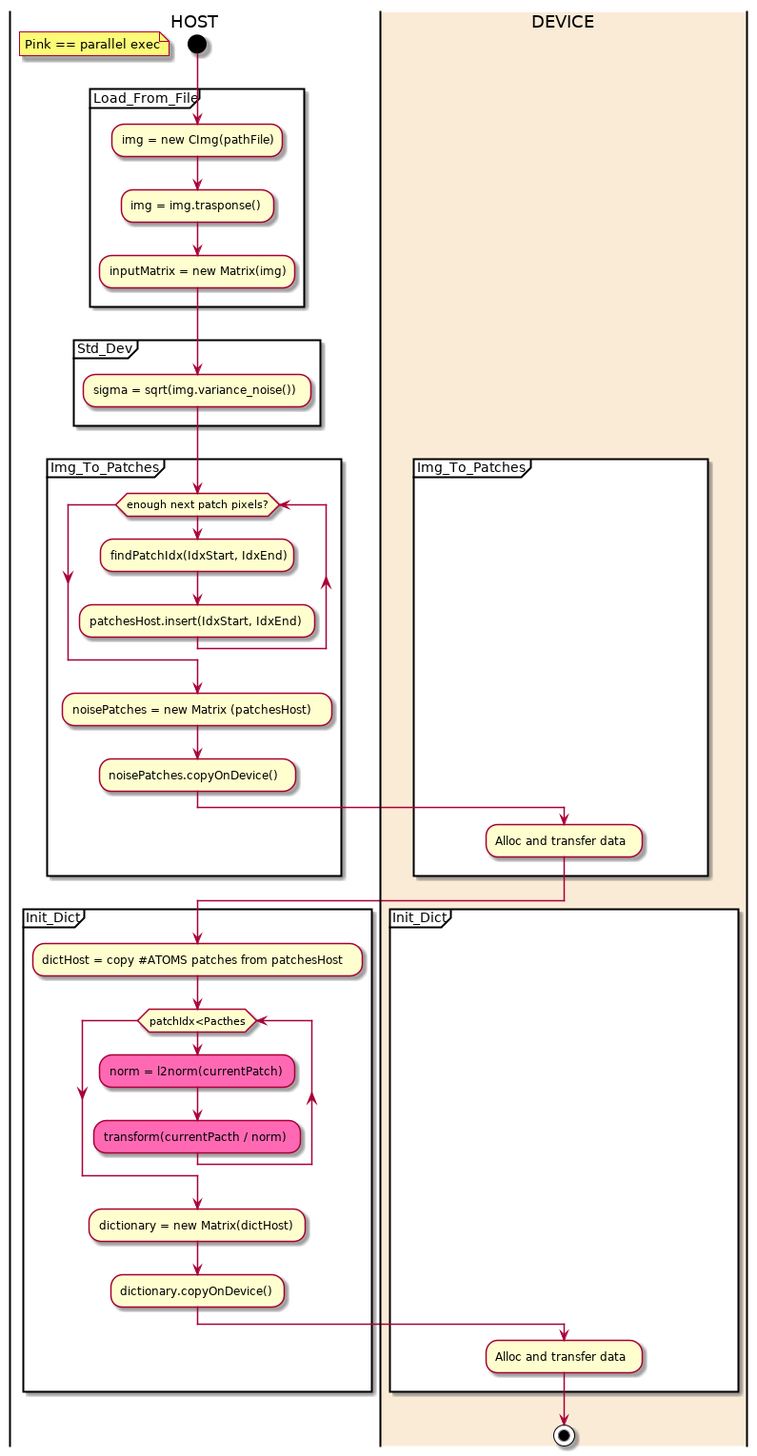
The PlantUML diagram uml/out/uml/src/InitializationDiagram.png in newfla/CUDA-K-SVD-Denoising, before a commit.
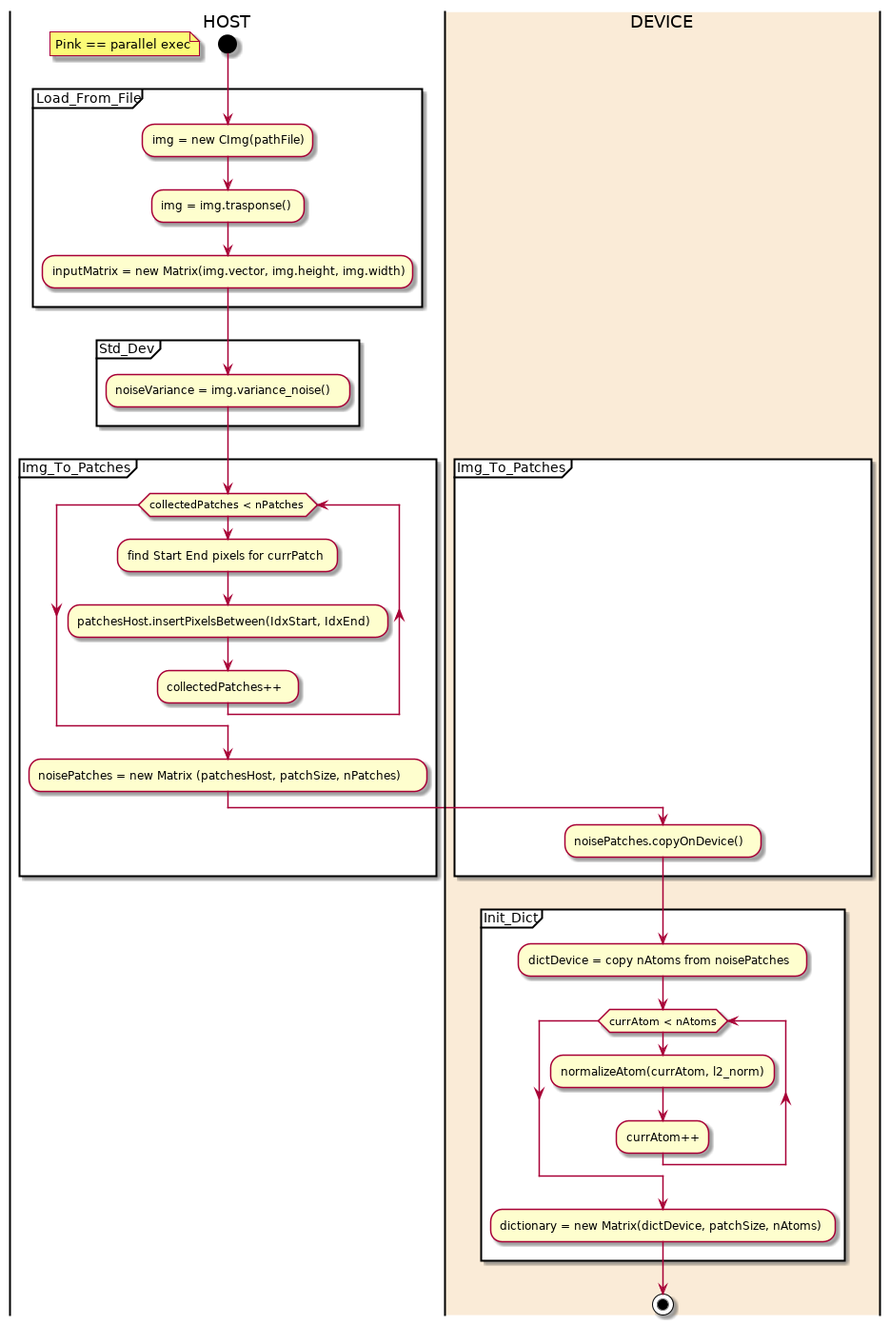
After the change.

Change to the diagram source:
```diff
@@ -6,34 +6,30 @@
 partition Load_From_File {
     :img = new CImg(pathFile);
     :img = img.trasponse();
-    :inputMatrix = new Matrix(img);
+    :inputMatrix = new Matrix(img.vector, img.height, img.width);
 }
 
 partition Std_Dev {
-    :sigma = sqrt(img.variance_noise());
+    :noiseVariance = img.variance_noise();
 }
 partition Img_To_Patches {
-    while (enough next patch pixels?)
-        :findPatchIdx(IdxStart, IdxEnd);
-        :patchesHost.insert(IdxStart, IdxEnd);
+    while (collectedPatches < nPatches)
+        :find Start End pixels for currPatch;
+        :patchesHost.insertPixelsBetween(IdxStart, IdxEnd);
+        :collectedPatches++;
     endwhile
-    :noisePatches = new Matrix (patchesHost);
+    :noisePatches = new Matrix (patchesHost, patchSize, nPatches);
+    |#AntiqueWhite|DEVICE|
     :noisePatches.copyOnDevice();
-    |#AntiqueWhite|DEVICE|
-    :Alloc and transfer data;
 }
 
 partition Init_Dict {
-    |HOST|
-    :dictHost = copy #ATOMS patches from patchesHost;
-    while (patchIdx<Pacthes)
-            #HotPink:norm = l2norm(currentPatch);
-            #HotPink:transform(currentPacth / norm);
+    :dictDevice = copy nAtoms from noisePatches;
+    while (currAtom < nAtoms)
+            :normalizeAtom(currAtom, l2_norm);
+            :currAtom++;
     endwhile
-    :dictionary = new Matrix(dictHost);
-    :dictionary.copyOnDevice();
-    |#AntiqueWhite|DEVICE|
-    :Alloc and transfer data;
+    :dictionary = new Matrix(dictDevice, patchSize, nAtoms);
 }
 stop
 
```
